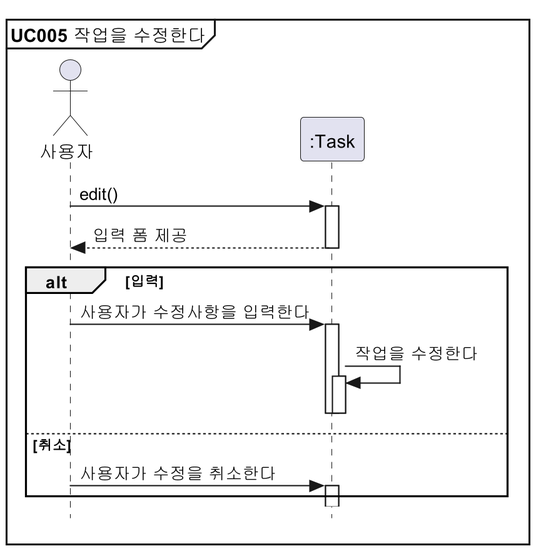
The PlantUML diagram docs/설계명세서/images/seq_diag/uc005.png in parkchamchi/SoftwareEngineering2023, before a commit. Its diagram source:
```plantuml
@startuml
!includesub style.puml!STYLE

mainframe **UC005** 작업을 수정한다

actor 사용자
participant ":Task" as Task

사용자 -> Task : edit()
Task --> 사용자 : 입력 폼 제공

alt 입력
	사용자 -> Task : 사용자가 수정사항을 입력한다
	Task -> Task : 작업을 수정한다
	deactivate Task
	deactivate Task
else 취소
	사용자 -> Task : 사용자가 수정을 취소한다
end

@enduml
```
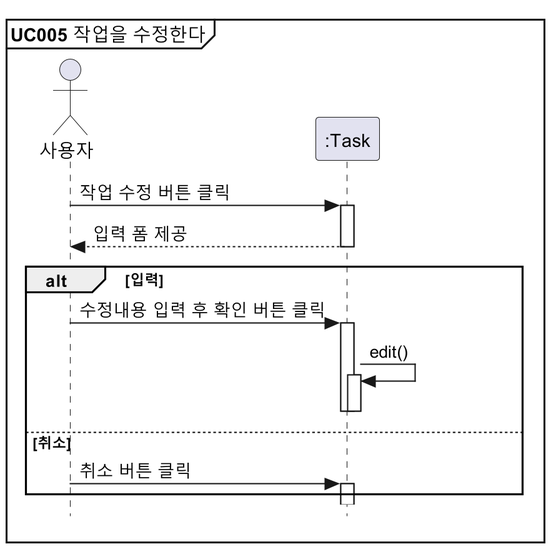
The same diagram one commit later.

The edit, as a diff of the source:
```diff
@@ -6,16 +6,16 @@
 actor 사용자
 participant ":Task" as Task
 
-사용자 -> Task : edit()
+사용자 -> Task : 작업 수정 버튼 클릭
 Task --> 사용자 : 입력 폼 제공
 
 alt 입력
-	사용자 -> Task : 사용자가 수정사항을 입력한다
-	Task -> Task : 작업을 수정한다
+	사용자 -> Task : 수정내용 입력 후 확인 버튼 클릭
+	Task -> Task : edit()
 	deactivate Task
 	deactivate Task
 else 취소
-	사용자 -> Task : 사용자가 수정을 취소한다
+	사용자 -> Task : 취소 버튼 클릭
 end
 
 @enduml
```
